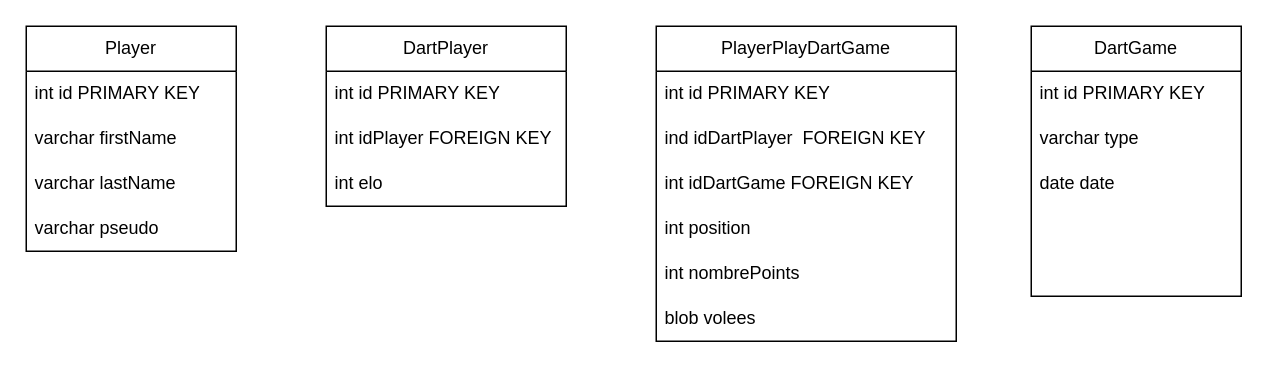
This is db.drawio from Matis-mc/ApsiDart-Back, a draw.io file, before an edit. Source tidied: cells renumbered, new cells numbered last; positions are measured from the earlier drawing's top-left corner, leaving out a move shared by most shapes. Both pictures are drawn from the tidied source at 150%, with x=0, y=0 at pixel (26, 26).
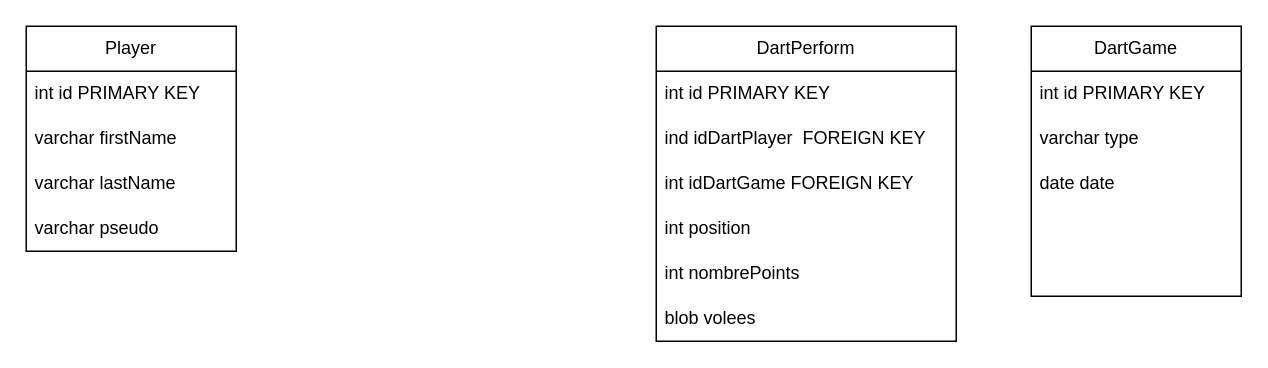
Above is the later version.

Diff of the diagram source:
```diff
@@
-    <mxCell id="13" value="PlayerPlayDartGame" style="swimlane;fontStyle=0;horizontal=1;startSize=30;whiteSpace=wrap;html=1;" parent="1" vertex="1">
+    <mxCell id="13" value="DartPerform" style="swimlane;fontStyle=0;horizontal=1;startSize=30;whiteSpace=wrap;html=1;" parent="1" vertex="1">
       <mxGeometry x="420" width="200" height="210" as="geometry" />
     </mxCell>
@@
-    <mxCell id="20" value="DartPlayer" style="swimlane;fontStyle=0;horizontal=1;startSize=30;whiteSpace=wrap;html=1;" parent="1" vertex="1">
-      <mxGeometry x="200" width="160" height="120" as="geometry" />
-    </mxCell>
-    <mxCell id="21" value="int id PRIMARY KEY" style="text;strokeColor=none;fillColor=none;align=left;verticalAlign=middle;spacingLeft=4;spacingRight=4;overflow=hidden;whiteSpace=wrap;html=1;" parent="20" vertex="1">
-      <mxGeometry y="30" width="160" height="30" as="geometry" />
-    </mxCell>
-    <mxCell id="22" value="int idPlayer FOREIGN KEY" style="text;strokeColor=none;fillColor=none;align=left;verticalAlign=middle;spacingLeft=4;spacingRight=4;overflow=hidden;whiteSpace=wrap;html=1;" parent="20" vertex="1">
-      <mxGeometry y="60" width="160" height="30" as="geometry" />
-    </mxCell>
-    <mxCell id="23" value="int elo" style="text;strokeColor=none;fillColor=none;align=left;verticalAlign=middle;spacingLeft=4;spacingRight=4;overflow=hidden;whiteSpace=wrap;html=1;" parent="20" vertex="1">
-      <mxGeometry y="90" width="160" height="30" as="geometry" />
-    </mxCell>
```
